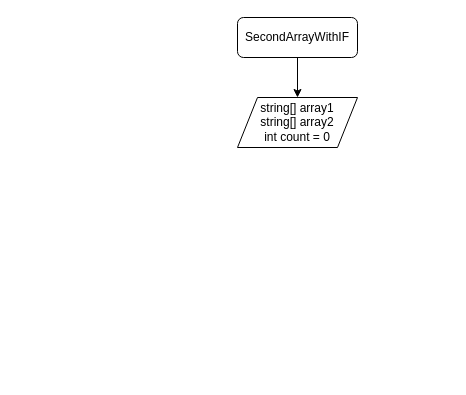
Before: test.drawio in NataliyaStribuleva/final-work, a draw.io diagram. Source tidied: cells renumbered, new cells numbered last; positions are measured from the earlier drawing's top-left corner, leaving out a move shared by most shapes. Both pictures are drawn from the tidied source at 100%, with x=0, y=0 at pixel (237, 17).
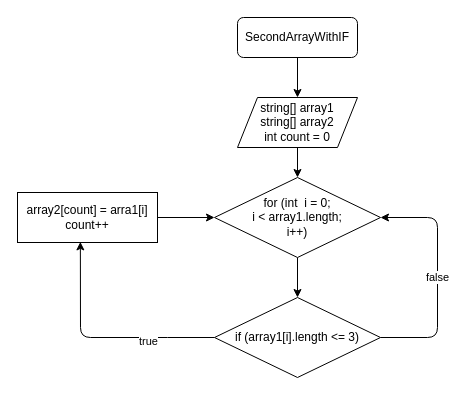
The same diagram, later.

Commit message:
блок-схема

Diff of the diagram source:
```diff
@@
 <mxGraphModel>
   <root>
     <mxCell id="0" />
     <mxCell id="1" parent="0" />
     <mxCell id="2" style="edgeStyle=none;html=1;" parent="1" edge="1" source="3" target="4">
       <mxGeometry relative="1" as="geometry" />
     </mxCell>
     <mxCell id="3" value="SecondArrayWithIF" style="rounded=1;whiteSpace=wrap;html=1;" parent="1" vertex="1">
       <mxGeometry width="120" height="40" as="geometry" />
     </mxCell>
+    <mxCell id="5" style="edgeStyle=none;html=1;" parent="1" edge="1" source="4" target="7">
+      <mxGeometry relative="1" as="geometry" />
+    </mxCell>
     <mxCell id="4" value="string[] array1&lt;br&gt;string[] array2&lt;br&gt;int count = 0" style="shape=parallelogram;perimeter=parallelogramPerimeter;whiteSpace=wrap;html=1;fixedSize=1;" parent="1" vertex="1">
       <mxGeometry y="80" width="120" height="50" as="geometry" />
     </mxCell>
+    <mxCell id="6" style="edgeStyle=none;html=1;" parent="1" edge="1" source="7" target="11">
+      <mxGeometry relative="1" as="geometry" />
+    </mxCell>
+    <mxCell id="7" value="for (int&amp;nbsp; i = 0;&lt;br&gt;i &amp;lt; array1.length;&lt;br&gt;i++)" style="rhombus;whiteSpace=wrap;html=1;" parent="1" vertex="1">
+      <mxGeometry x="-23" y="160" width="166" height="80" as="geometry" />
+    </mxCell>
+    <mxCell id="8" style="edgeStyle=none;html=1;exitX=0;exitY=0.5;exitDx=0;exitDy=0;entryX=0.449;entryY=0.988;entryDx=0;entryDy=0;entryPerimeter=0;" parent="1" edge="1" source="11" target="13">
+      <mxGeometry relative="1" as="geometry">
+        <Array as="points">
+          <mxPoint x="-80" y="320" />
+          <mxPoint x="-157" y="320" />
+        </Array>
+      </mxGeometry>
+    </mxCell>
+    <mxCell id="9" value="true" style="edgeLabel;html=1;align=center;verticalAlign=middle;" parent="8" vertex="1">
+      <mxGeometry x="-0.42" y="3" relative="1" as="geometry" />
+    </mxCell>
+    <mxCell id="10" value="false" style="edgeStyle=none;html=1;entryX=1;entryY=0.5;entryDx=0;entryDy=0;" parent="1" edge="1" source="11" target="7">
+      <mxGeometry relative="1" as="geometry">
+        <Array as="points">
+          <mxPoint x="200" y="320" />
+          <mxPoint x="200" y="200" />
+        </Array>
+      </mxGeometry>
+    </mxCell>
+    <mxCell id="11" value="if (array1[i].length &amp;lt;= 3)" style="rhombus;whiteSpace=wrap;html=1;" parent="1" vertex="1">
+      <mxGeometry x="-23" y="280" width="166" height="80" as="geometry" />
+    </mxCell>
+    <mxCell id="12" style="edgeStyle=none;html=1;" parent="1" edge="1" source="13" target="7">
+      <mxGeometry relative="1" as="geometry" />
+    </mxCell>
+    <mxCell id="13" value="array2[count] = arra1[i]&lt;br&gt;count++" style="rounded=0;whiteSpace=wrap;html=1;" parent="1" vertex="1">
+      <mxGeometry x="-220" y="175" width="140" height="50" as="geometry" />
+    </mxCell>
   </root>
 </mxGraphModel>
```
